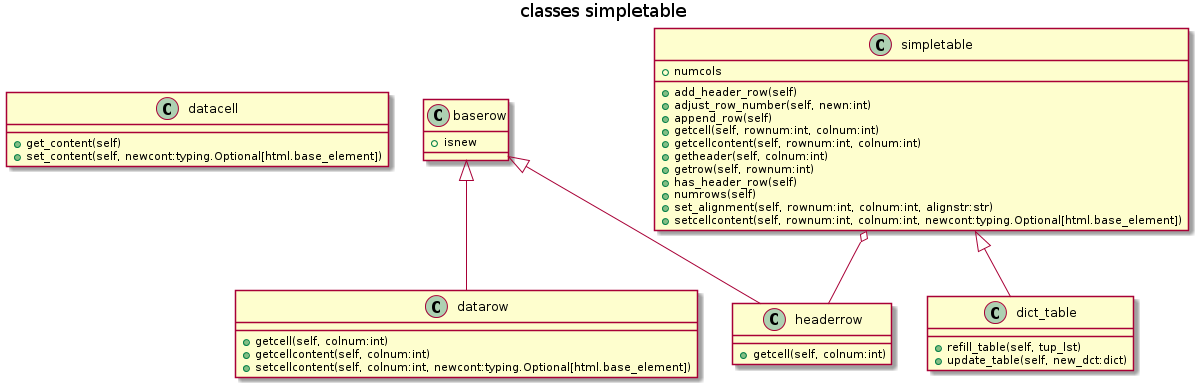
The PlantUML diagram stocky-devel/stocky/docs/source/uml_images/classes_simpletable_classes.png in cfe-lab/stocky, before a commit.
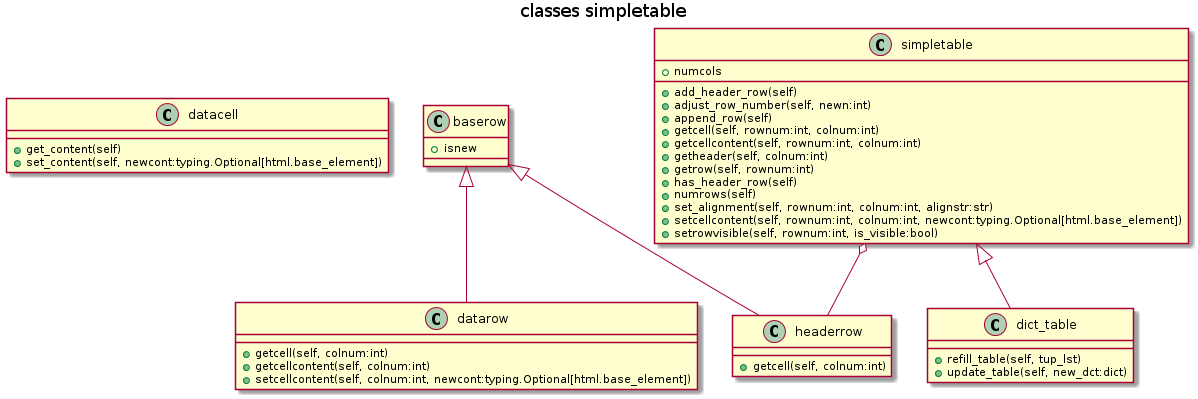
The same file after the commit.

What changed in the source:
```diff
@@ -28,6 +28,7 @@
     +numrows(self)
     +set_alignment(self, rownum:int, colnum:int, alignstr:str)
     +setcellcontent(self, rownum:int, colnum:int, newcont:typing.Optional[html.base_element])
+    +setrowvisible(self, rownum:int, is_visible:bool)
 }
 class dict_table {
     +refill_table(self, tup_lst)
```
